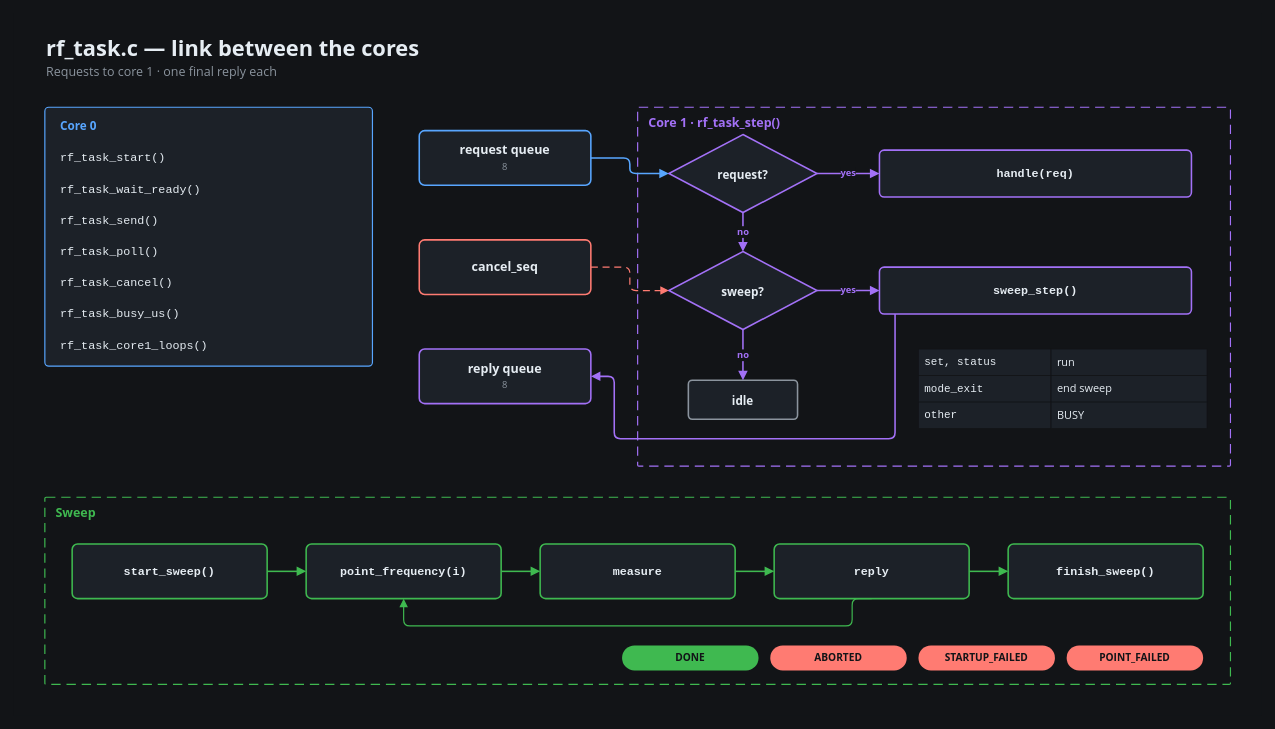
Earlier version of the draw.io diagram docs/presentation/diagrams/code-11-rf-task.drawio (ml3rc/SNA). Source tidied: cells renumbered, new cells numbered last; positions are measured from the earlier drawing's top-left corner, leaving out a move shared by most shapes. Both pictures are drawn from the tidied source at 78%, with x=0, y=0 at pixel (13, 13).
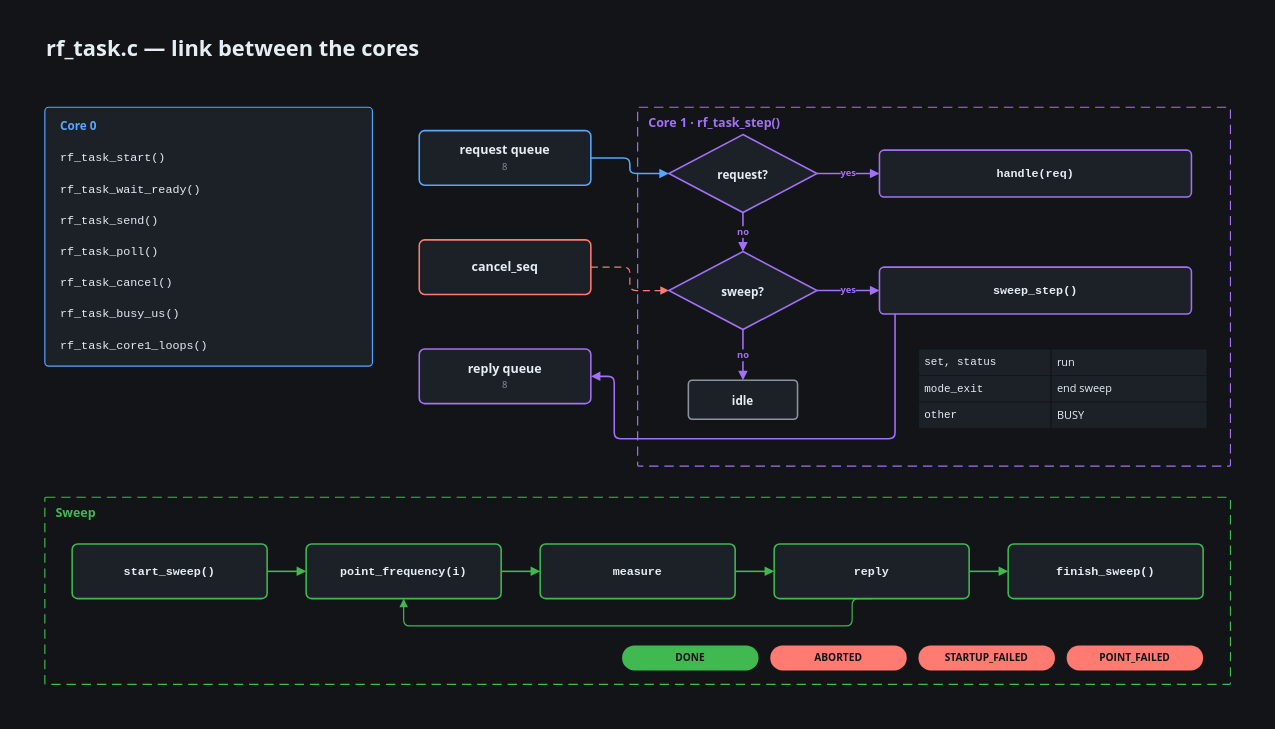
The same page after the edit.

Change to the diagram source:
```diff
@@
-    <mxCell id="6" value="Requests to core 1 · one final reply each" style="text;html=1;whiteSpace=wrap;strokeColor=none;fillColor=none;fontColor=#8B949E;fontFamily=Segoe UI;fontSize=16;fontStyle=0;align=left;verticalAlign=middle;" parent="1" vertex="1">
-      <mxGeometry x="40" y="62" width="1520" height="26" as="geometry" />
-    </mxCell>
```
